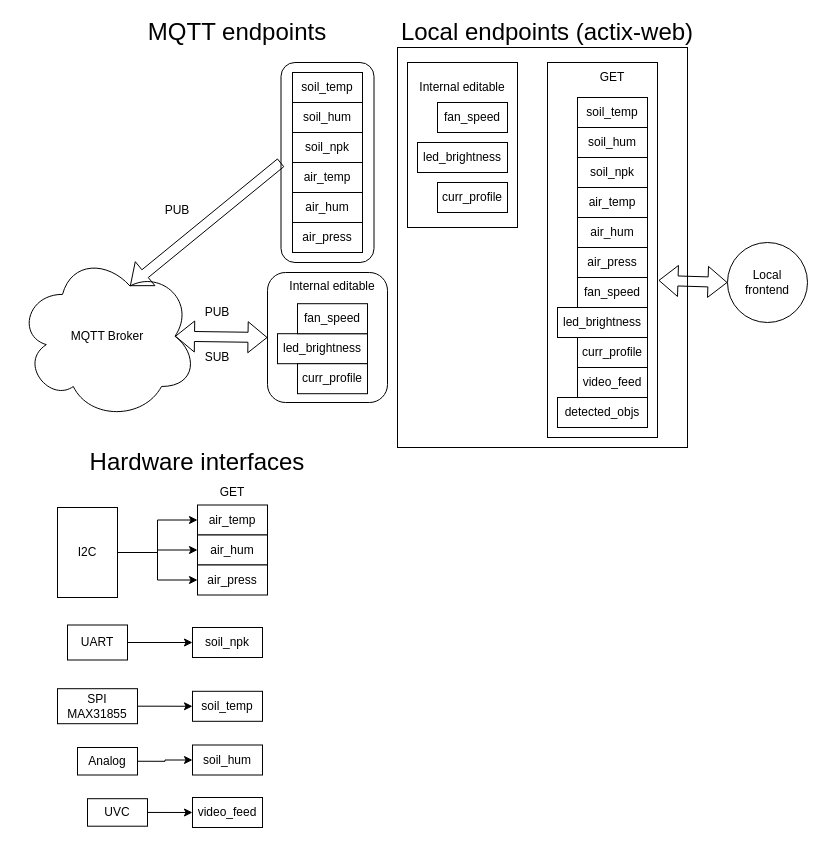
Above: page "DeviceDetailed" (5 of 5) of docs/models/Project.drawio in KhazAkar/ags (draw.io), before the change. Source tidied: cells renumbered, new cells numbered last; positions are measured from the earlier drawing's top-left corner, leaving out a move shared by most shapes. Both pictures are drawn from the tidied source at 100%, with x=0, y=0 at pixel (17, 17).
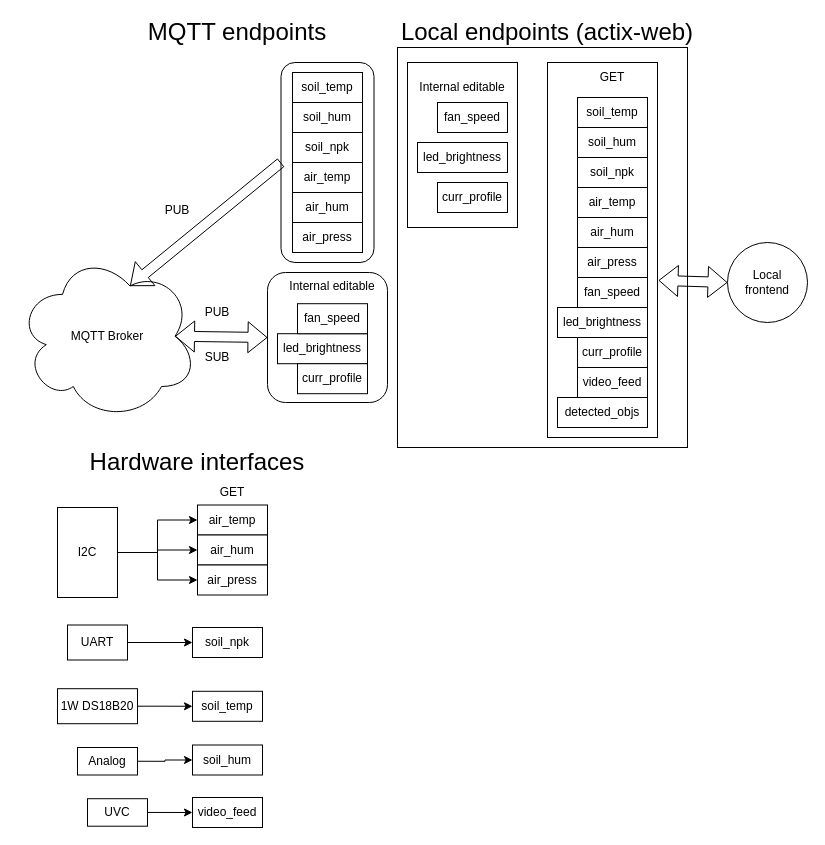
Above is the later version.

What changed in the source:
```diff
@@
-    <mxCell id="60" value="SPI&lt;br&gt;MAX31855" style="rounded=0;whiteSpace=wrap;html=1;" parent="1" vertex="1">
+    <mxCell id="60" value="1W DS18B20" style="rounded=0;whiteSpace=wrap;html=1;" parent="1" vertex="1">
       <mxGeometry x="40" y="671.2" width="80" height="35" as="geometry" />
     </mxCell>
```
